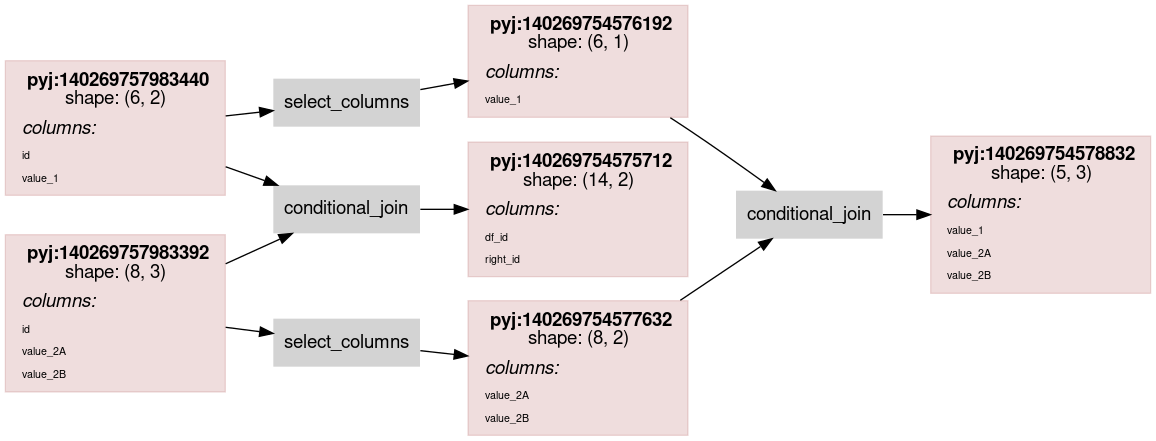
The Graphviz diagram scripts/rdflog/conditional_join.ttl.dot.png in asmirnov69/pyjviz-poc, before a commit. Its source is kept beside it as scripts/rdflog/conditional_join.ttl.dot. The source it was exported from:
```dot
    digraph G {
    rankdir = "LR"
    fontname="Helvetica,Arial,sans-serif"
    node [
      style=filled
      shape=rect
      pencolor="#00000044" // frames color
      fontname="Helvetica,Arial,sans-serif"
      shape=plaintext
    ]
    edge [fontname="Helvetica,Arial,sans-serif"]

node0_0 [
                color="#88000022"
                shape = rect
                label = <<table border="0" cellborder="0" cellspacing="0" cellpadding="4">
                         <tr> <td> <b>pyj:140269757983440</b><br/>shape: (6, 2)</td> </tr>
                         <tr> <td align="left"><i>columns:</i><br align="left"/></td></tr>
                <tr><td align="left"><FONT POINT-SIZE="8px">id</FONT></td></tr>
<tr><td align="left"><FONT POINT-SIZE="8px">value_1</FONT></td></tr>
                         </table>>
                ];
node0_1 [
                color="#88000022"
                shape = rect
                label = <<table border="0" cellborder="0" cellspacing="0" cellpadding="4">
                         <tr> <td> <b>pyj:140269754575712</b><br/>shape: (14, 2)</td> </tr>
                         <tr> <td align="left"><i>columns:</i><br align="left"/></td></tr>
                <tr><td align="left"><FONT POINT-SIZE="8px">df_id</FONT></td></tr>
<tr><td align="left"><FONT POINT-SIZE="8px">right_id</FONT></td></tr>
                         </table>>
                ];
node0_2 [
                color="#88000022"
                shape = rect
                label = <<table border="0" cellborder="0" cellspacing="0" cellpadding="4">
                         <tr> <td> <b>pyj:140269757983392</b><br/>shape: (8, 3)</td> </tr>
                         <tr> <td align="left"><i>columns:</i><br align="left"/></td></tr>
                <tr><td align="left"><FONT POINT-SIZE="8px">id</FONT></td></tr>
<tr><td align="left"><FONT POINT-SIZE="8px">value_2A</FONT></td></tr>
<tr><td align="left"><FONT POINT-SIZE="8px">value_2B</FONT></td></tr>
                         </table>>
                ];
node0_3 [
                color="#88000022"
                shape = rect
                label = <<table border="0" cellborder="0" cellspacing="0" cellpadding="4">
                         <tr> <td> <b>pyj:140269754576192</b><br/>shape: (6, 1)</td> </tr>
                         <tr> <td align="left"><i>columns:</i><br align="left"/></td></tr>
                <tr><td align="left"><FONT POINT-SIZE="8px">value_1</FONT></td></tr>
                         </table>>
                ];
node0_4 [
                color="#88000022"
                shape = rect
                label = <<table border="0" cellborder="0" cellspacing="0" cellpadding="4">
                         <tr> <td> <b>pyj:140269754577632</b><br/>shape: (8, 2)</td> </tr>
                         <tr> <td align="left"><i>columns:</i><br align="left"/></td></tr>
                <tr><td align="left"><FONT POINT-SIZE="8px">value_2A</FONT></td></tr>
<tr><td align="left"><FONT POINT-SIZE="8px">value_2B</FONT></td></tr>
                         </table>>
                ];
node0_5 [
                color="#88000022"
                shape = rect
                label = <<table border="0" cellborder="0" cellspacing="0" cellpadding="4">
                         <tr> <td> <b>pyj:140269754578832</b><br/>shape: (5, 3)</td> </tr>
                         <tr> <td align="left"><i>columns:</i><br align="left"/></td></tr>
                <tr><td align="left"><FONT POINT-SIZE="8px">value_1</FONT></td></tr>
<tr><td align="left"><FONT POINT-SIZE="8px">value_2A</FONT></td></tr>
<tr><td align="left"><FONT POINT-SIZE="8px">value_2B</FONT></td></tr>
                         </table>>
                ];
node0_6 [ label = "conditional_join" ];
node0_7 [ label = "select_columns" ];
node0_8 [ label = "select_columns" ];
node0_9 [ label = "conditional_join" ];
node0_0 -> node0_6;
node0_0 -> node0_7;
node0_2 -> node0_6;
node0_2 -> node0_8;
node0_3 -> node0_9;
node0_4 -> node0_9;
node0_6 -> node0_1;
node0_7 -> node0_3;
node0_8 -> node0_4;
node0_9 -> node0_5;
}
```
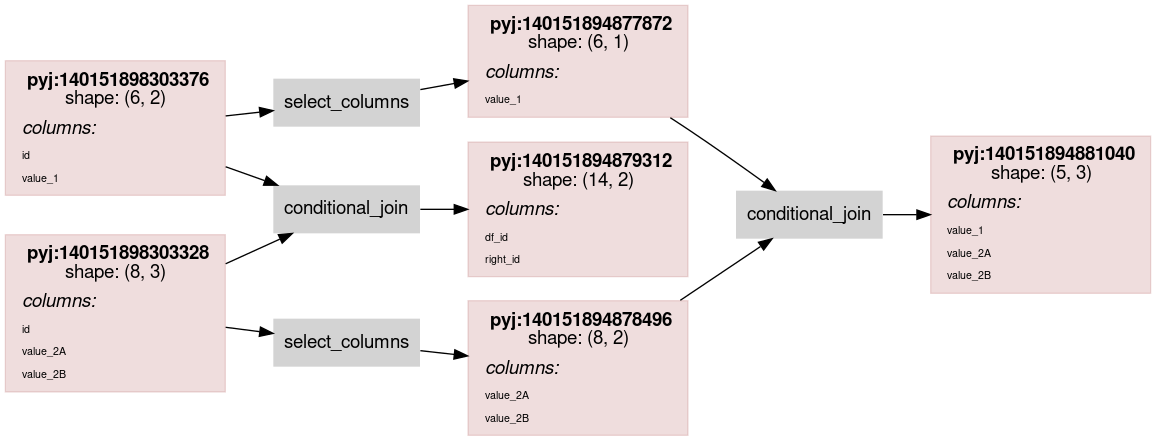
Above is the later version.

What changed in the source:
```diff
@@ -14,7 +14,7 @@
                 color="#88000022"
                 shape = rect
                 label = <<table border="0" cellborder="0" cellspacing="0" cellpadding="4">
-                         <tr> <td> <b>pyj:140269757983440</b><br/>shape: (6, 2)</td> </tr>
+                         <tr> <td> <b>pyj:140151898303376</b><br/>shape: (6, 2)</td> </tr>
                          <tr> <td align="left"><i>columns:</i><br align="left"/></td></tr>
                 <tr><td align="left"><FONT POINT-SIZE="8px">id</FONT></td></tr>
 <tr><td align="left"><FONT POINT-SIZE="8px">value_1</FONT></td></tr>
@@ -24,7 +24,7 @@
                 color="#88000022"
                 shape = rect
                 label = <<table border="0" cellborder="0" cellspacing="0" cellpadding="4">
-                         <tr> <td> <b>pyj:140269754575712</b><br/>shape: (14, 2)</td> </tr>
+                         <tr> <td> <b>pyj:140151894879312</b><br/>shape: (14, 2)</td> </tr>
                          <tr> <td align="left"><i>columns:</i><br align="left"/></td></tr>
                 <tr><td align="left"><FONT POINT-SIZE="8px">df_id</FONT></td></tr>
 <tr><td align="left"><FONT POINT-SIZE="8px">right_id</FONT></td></tr>
@@ -34,7 +34,7 @@
                 color="#88000022"
                 shape = rect
                 label = <<table border="0" cellborder="0" cellspacing="0" cellpadding="4">
-                         <tr> <td> <b>pyj:140269757983392</b><br/>shape: (8, 3)</td> </tr>
+                         <tr> <td> <b>pyj:140151898303328</b><br/>shape: (8, 3)</td> </tr>
                          <tr> <td align="left"><i>columns:</i><br align="left"/></td></tr>
                 <tr><td align="left"><FONT POINT-SIZE="8px">id</FONT></td></tr>
 <tr><td align="left"><FONT POINT-SIZE="8px">value_2A</FONT></td></tr>
@@ -45,7 +45,7 @@
                 color="#88000022"
                 shape = rect
                 label = <<table border="0" cellborder="0" cellspacing="0" cellpadding="4">
-                         <tr> <td> <b>pyj:140269754576192</b><br/>shape: (6, 1)</td> </tr>
+                         <tr> <td> <b>pyj:140151894877872</b><br/>shape: (6, 1)</td> </tr>
                          <tr> <td align="left"><i>columns:</i><br align="left"/></td></tr>
                 <tr><td align="left"><FONT POINT-SIZE="8px">value_1</FONT></td></tr>
                          </table>>
@@ -54,7 +54,7 @@
                 color="#88000022"
                 shape = rect
                 label = <<table border="0" cellborder="0" cellspacing="0" cellpadding="4">
-                         <tr> <td> <b>pyj:140269754577632</b><br/>shape: (8, 2)</td> </tr>
+                         <tr> <td> <b>pyj:140151894878496</b><br/>shape: (8, 2)</td> </tr>
                          <tr> <td align="left"><i>columns:</i><br align="left"/></td></tr>
                 <tr><td align="left"><FONT POINT-SIZE="8px">value_2A</FONT></td></tr>
 <tr><td align="left"><FONT POINT-SIZE="8px">value_2B</FONT></td></tr>
@@ -64,7 +64,7 @@
                 color="#88000022"
                 shape = rect
                 label = <<table border="0" cellborder="0" cellspacing="0" cellpadding="4">
-                         <tr> <td> <b>pyj:140269754578832</b><br/>shape: (5, 3)</td> </tr>
+                         <tr> <td> <b>pyj:140151894881040</b><br/>shape: (5, 3)</td> </tr>
                          <tr> <td align="left"><i>columns:</i><br align="left"/></td></tr>
                 <tr><td align="left"><FONT POINT-SIZE="8px">value_1</FONT></td></tr>
 <tr><td align="left"><FONT POINT-SIZE="8px">value_2A</FONT></td></tr>
```
